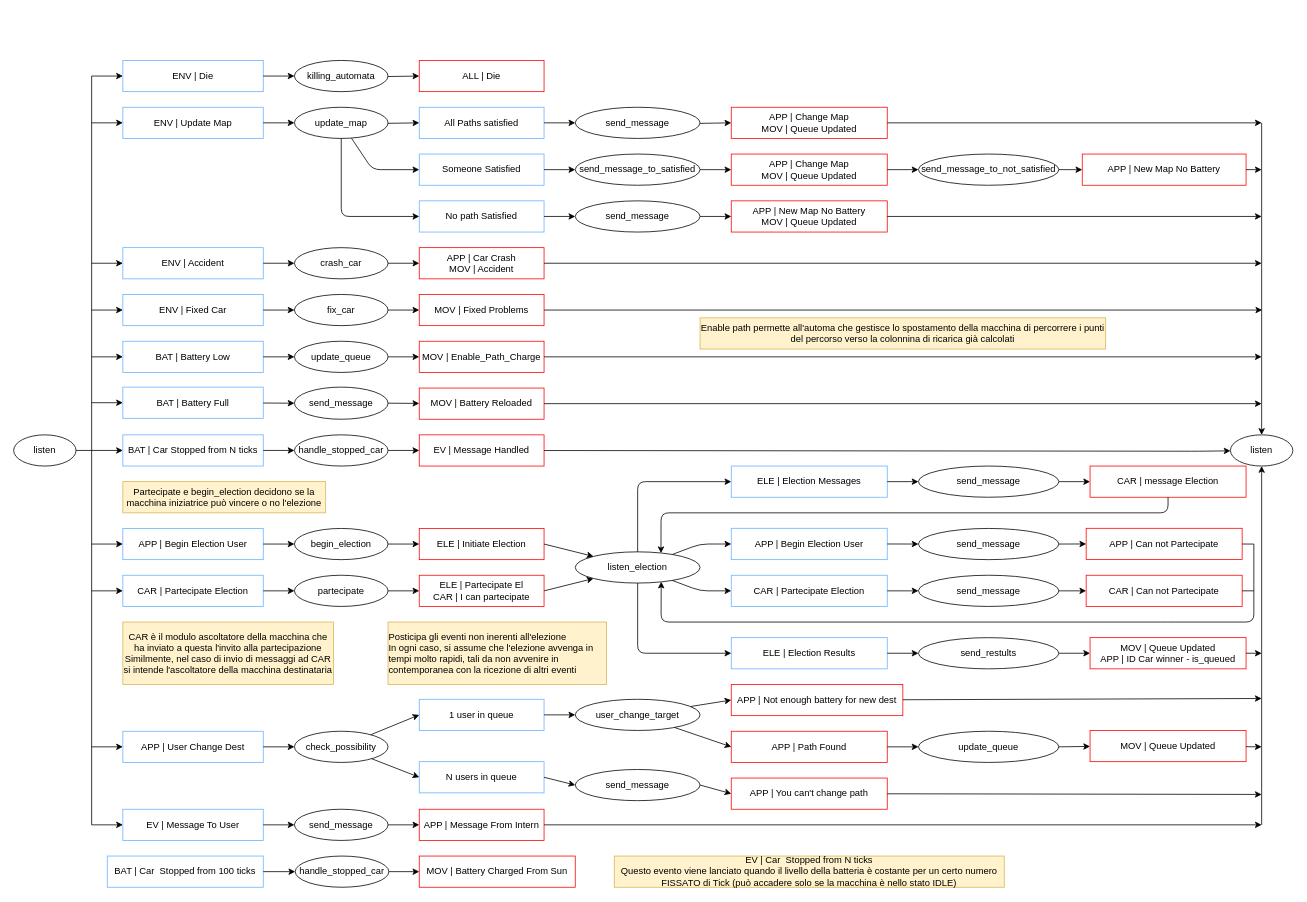
Above: relazione/automa_macchina_ascoltatore.drawio in kraots94/Sistemi (draw.io), before the change. Source tidied: cells renumbered, new cells numbered last; positions are measured from the earlier drawing's top-left corner, leaving out a move shared by most shapes. Both pictures are drawn from the tidied source at 78%, with x=0, y=0 at pixel (13, 60).
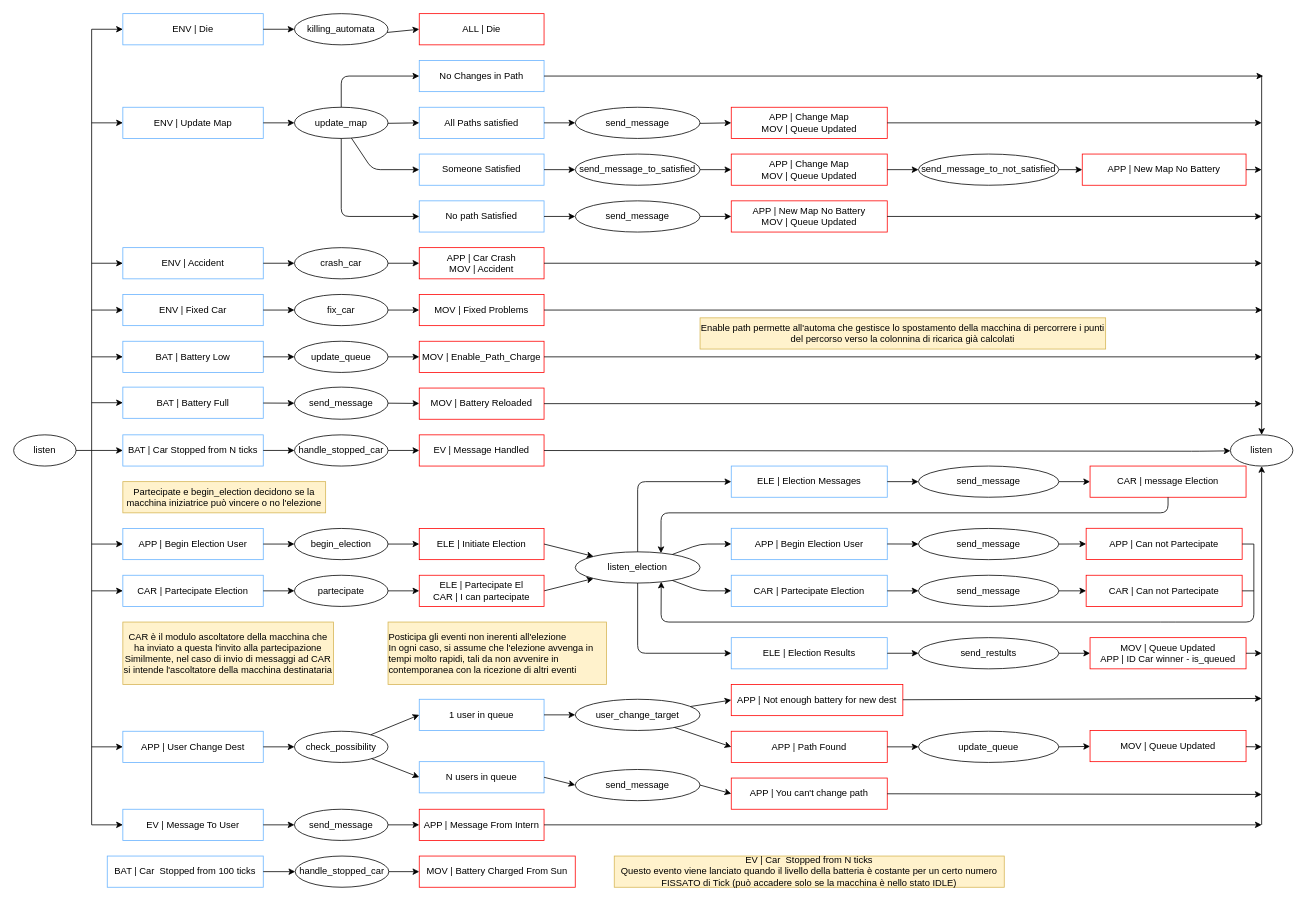
The same page after the edit.

Unchanged cells that the change refers to:
```xml
<mxCell id="29" value="update_map" style="ellipse;whiteSpace=wrap;html=1;" parent="1" vertex="1">
  <mxGeometry x="360" y="60" width="120" height="40" as="geometry" />
</mxCell>
<mxCell id="54" value="listen" style="ellipse;whiteSpace=wrap;html=1;" parent="1" vertex="1">
  <mxGeometry x="1560" y="480" width="80" height="40" as="geometry" />
</mxCell>
```

What changed in the source:
```diff
@@
     <mxCell id="2" value="ENV | Die" style="rounded=0;whiteSpace=wrap;html=1;strokeColor=#66B2FF;fillColor=none;" parent="1" vertex="1">
-      <mxGeometry x="140" width="180" height="40" as="geometry" />
+      <mxGeometry x="140" y="-60" width="180" height="40" as="geometry" />
     </mxCell>
@@
     <mxCell id="13" value="killing_automata" style="ellipse;whiteSpace=wrap;html=1;" parent="1" vertex="1">
-      <mxGeometry x="360" width="120" height="40" as="geometry" />
+      <mxGeometry x="360" y="-60" width="120" height="40" as="geometry" />
     </mxCell>
@@
     <mxCell id="15" value="ALL | Die" style="rounded=0;whiteSpace=wrap;html=1;strokeColor=#FF0000;fillColor=none;" parent="1" vertex="1">
-      <mxGeometry x="520" width="160" height="40" as="geometry" />
+      <mxGeometry x="520" y="-60" width="160" height="40" as="geometry" />
     </mxCell>
@@
     <mxCell id="17" style="endArrow=none;html=1;" parent="1" edge="1">
       <mxGeometry relative="1" as="geometry">
         <mxPoint x="100" y="980" as="sourcePoint" />
-        <mxPoint x="100" y="20" as="targetPoint" />
+        <mxPoint x="100" y="-40" as="targetPoint" />
       </mxGeometry>
     </mxCell>
@@
     <mxCell id="19" style="endArrow=classic;html=1;entryX=0;entryY=0.5;entryDx=0;entryDy=0;" parent="1" edge="1" target="2">
       <mxGeometry relative="1" as="geometry">
-        <mxPoint x="100" y="20" as="sourcePoint" />
+        <mxPoint x="100" y="-40" as="sourcePoint" />
       </mxGeometry>
     </mxCell>
@@
     <mxCell id="55" style="endArrow=classic;html=1;" parent="1" edge="1" target="54">
       <mxGeometry relative="1" as="geometry">
-        <mxPoint x="1600" y="80" as="sourcePoint" />
+        <mxPoint x="1600" y="20" as="sourcePoint" />
       </mxGeometry>
     </mxCell>
@@
+    <mxCell id="164" value="No Changes in Path" style="rounded=0;whiteSpace=wrap;html=1;strokeColor=#66B2FF;fillColor=none;" parent="1" vertex="1">
+      <mxGeometry x="520" width="160" height="40" as="geometry" />
+    </mxCell>
+    <mxCell id="165" style="endArrow=classic;html=1;" parent="1" edge="1" source="29" target="164">
+      <mxGeometry relative="1" as="geometry">
+        <Array as="points">
+          <mxPoint x="420" y="20" />
+        </Array>
+      </mxGeometry>
+    </mxCell>
+    <mxCell id="166" style="endArrow=classic;html=1;" parent="1" edge="1" source="164">
+      <mxGeometry relative="1" as="geometry">
+        <mxPoint x="1602" y="20" as="targetPoint" />
+      </mxGeometry>
+    </mxCell>
```
